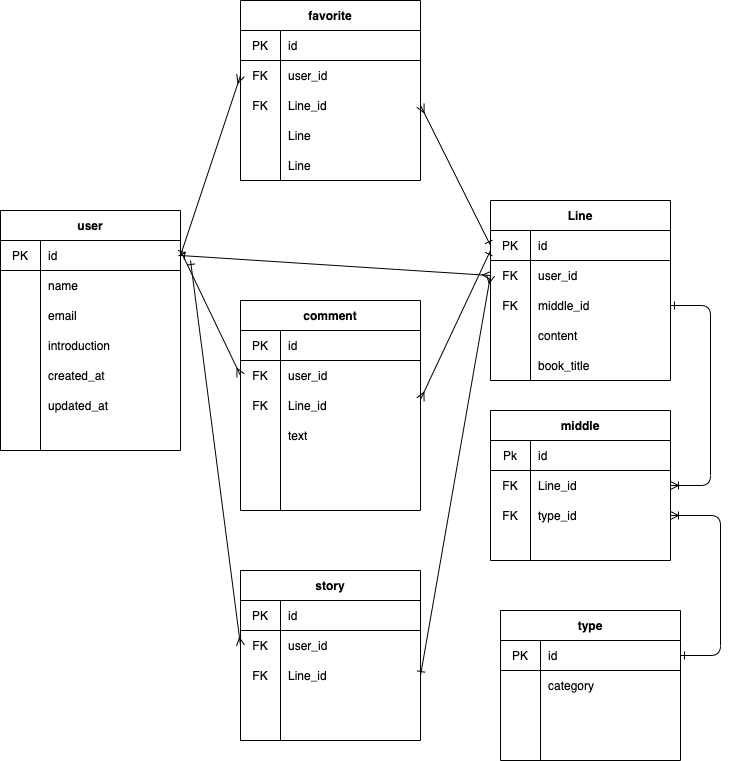
Before: app/assets/images/er.png, a diagram exported from draw.io (Kashuu-kaba/first-line). Source tidied: cells renumbered, new cells last; positions are measured from the earlier drawing's top-left corner, leaving out a move shared by most shapes.
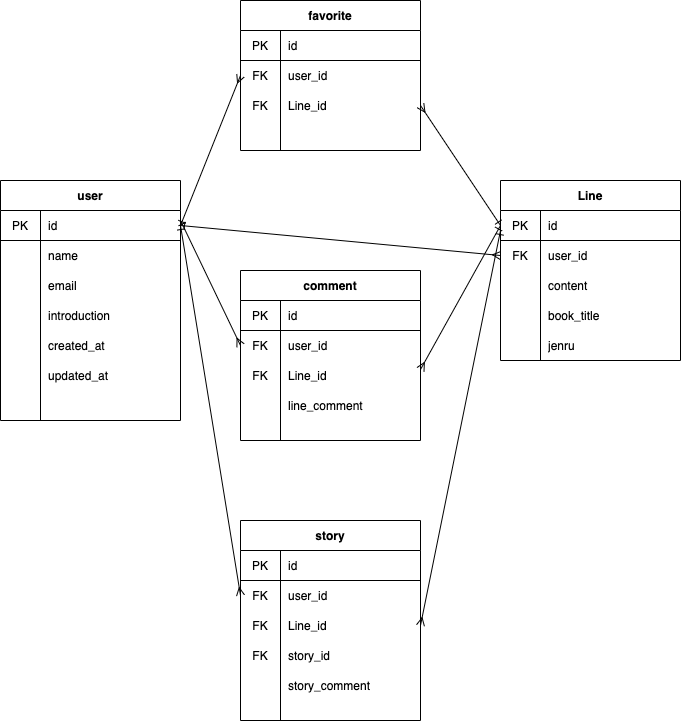
After the commit.

The edit, as a diff of the source:
```diff
@@ -66,7 +66,7 @@
       <mxGeometry x="20" y="320" width="40" height="30" as="geometry" />
     </mxCell>
     <mxCell id="23" value="Line" style="shape=table;html=1;whiteSpace=wrap;startSize=30;rowLines=0;fontStyle=1;align=center;" parent="1" vertex="1">
-      <mxGeometry x="490" y="200" width="180" height="180" as="geometry" />
+      <mxGeometry x="500" y="210" width="180" height="180" as="geometry" />
     </mxCell>
     <mxCell id="24" style="shape=partialRectangle;html=1;whiteSpace=wrap;fillColor=none;top=0;left=0;bottom=1;right=0;points=[[0,0.5],[1,0.5]];portConstraint=eastwest;" parent="23" vertex="1">
       <mxGeometry y="30" width="180" height="30" as="geometry" />
@@ -86,17 +86,8 @@
     <mxCell id="29" value="user_id" style="shape=partialRectangle;html=1;whiteSpace=wrap;fillColor=none;top=0;left=0;bottom=0;right=0;align=left;spacingLeft=6;overflow=hidden;" parent="27" vertex="1">
       <mxGeometry x="40" width="140" height="30" as="geometry" />
     </mxCell>
-    <mxCell id="30" style="shape=partialRectangle;html=1;whiteSpace=wrap;fillColor=none;top=0;left=0;bottom=0;right=0;points=[[0,0.5],[1,0.5]];portConstraint=eastwest;" parent="23" vertex="1">
-      <mxGeometry y="90" width="180" height="30" as="geometry" />
-    </mxCell>
-    <mxCell id="31" value="FK" style="shape=partialRectangle;html=1;whiteSpace=wrap;fillColor=none;top=0;left=0;bottom=0;right=0;overflow=hidden;" parent="30" vertex="1">
-      <mxGeometry width="40" height="30" as="geometry" />
-    </mxCell>
-    <mxCell id="32" value="middle_id" style="shape=partialRectangle;html=1;whiteSpace=wrap;fillColor=none;top=0;left=0;bottom=0;right=0;align=left;spacingLeft=6;overflow=hidden;" parent="30" vertex="1">
-      <mxGeometry x="40" width="140" height="30" as="geometry" />
-    </mxCell>
     <mxCell id="33" style="shape=partialRectangle;html=1;whiteSpace=wrap;fillColor=none;top=0;left=0;bottom=0;right=0;" parent="23" vertex="1">
-      <mxGeometry y="120" width="180" height="30" as="geometry" />
+      <mxGeometry y="90" width="180" height="30" as="geometry" />
     </mxCell>
     <mxCell id="34" style="shape=partialRectangle;html=1;whiteSpace=wrap;fillColor=none;top=0;left=0;bottom=0;right=0;overflow=hidden;" parent="33" vertex="1">
       <mxGeometry width="40" height="30" as="geometry" />
@@ -105,7 +96,7 @@
       <mxGeometry x="40" width="140" height="30" as="geometry" />
     </mxCell>
     <mxCell id="36" style="shape=partialRectangle;html=1;whiteSpace=wrap;fillColor=none;top=0;left=0;bottom=0;right=0;" parent="23" vertex="1">
-      <mxGeometry y="150" width="180" height="30" as="geometry" />
+      <mxGeometry y="120" width="180" height="30" as="geometry" />
     </mxCell>
     <mxCell id="37" style="shape=partialRectangle;html=1;whiteSpace=wrap;fillColor=none;top=0;left=0;bottom=0;right=0;overflow=hidden;" parent="36" vertex="1">
       <mxGeometry width="40" height="30" as="geometry" />
@@ -113,8 +104,17 @@
     <mxCell id="38" value="book_title" style="shape=partialRectangle;html=1;whiteSpace=wrap;fillColor=none;top=0;left=0;bottom=0;right=0;align=left;spacingLeft=6;overflow=hidden;" parent="36" vertex="1">
       <mxGeometry x="40" width="140" height="30" as="geometry" />
     </mxCell>
+    <mxCell id="110" style="shape=partialRectangle;html=1;whiteSpace=wrap;fillColor=none;top=0;left=0;bottom=0;right=0;" parent="23" vertex="1">
+      <mxGeometry y="150" width="180" height="30" as="geometry" />
+    </mxCell>
+    <mxCell id="111" style="shape=partialRectangle;html=1;whiteSpace=wrap;fillColor=none;top=0;left=0;bottom=0;right=0;overflow=hidden;" parent="110" vertex="1">
+      <mxGeometry width="40" height="30" as="geometry" />
+    </mxCell>
+    <mxCell id="112" value="jenru" style="shape=partialRectangle;html=1;whiteSpace=wrap;fillColor=none;top=0;left=0;bottom=0;right=0;align=left;spacingLeft=6;overflow=hidden;" parent="110" vertex="1">
+      <mxGeometry x="40" width="140" height="30" as="geometry" />
+    </mxCell>
     <mxCell id="39" value="favorite" style="shape=table;html=1;whiteSpace=wrap;startSize=30;rowLines=0;fontStyle=1;align=center;" parent="1" vertex="1">
-      <mxGeometry x="240" width="180" height="180" as="geometry" />
+      <mxGeometry x="240" y="30" width="180" height="150" as="geometry" />
     </mxCell>
     <mxCell id="40" style="shape=partialRectangle;html=1;whiteSpace=wrap;fillColor=none;top=0;left=0;bottom=1;right=0;" parent="39" vertex="1">
       <mxGeometry y="30" width="180" height="30" as="geometry" />
@@ -143,29 +143,20 @@
     <mxCell id="48" value="Line_id" style="shape=partialRectangle;html=1;whiteSpace=wrap;fillColor=none;top=0;left=0;bottom=0;right=0;align=left;spacingLeft=6;overflow=hidden;" parent="46" vertex="1">
       <mxGeometry x="40" width="140" height="30" as="geometry" />
     </mxCell>
-    <mxCell id="49" style="shape=partialRectangle;html=1;whiteSpace=wrap;fillColor=none;top=0;left=0;bottom=0;right=0;" parent="39" vertex="1">
-      <mxGeometry y="120" width="180" height="30" as="geometry" />
-    </mxCell>
-    <mxCell id="50" style="shape=partialRectangle;html=1;whiteSpace=wrap;fillColor=none;top=0;left=0;bottom=0;right=0;overflow=hidden;" parent="49" vertex="1">
-      <mxGeometry width="40" height="30" as="geometry" />
-    </mxCell>
-    <mxCell id="51" value="Line" style="shape=partialRectangle;html=1;whiteSpace=wrap;fillColor=none;top=0;left=0;bottom=0;right=0;align=left;spacingLeft=6;overflow=hidden;" parent="49" vertex="1">
-      <mxGeometry x="40" width="140" height="30" as="geometry" />
-    </mxCell>
     <mxCell id="52" style="shape=partialRectangle;html=1;whiteSpace=wrap;fillColor=none;top=0;left=0;bottom=0;right=0;" parent="39" vertex="1">
-      <mxGeometry y="150" width="180" height="30" as="geometry" />
+      <mxGeometry y="120" width="180" height="30" as="geometry" />
     </mxCell>
     <mxCell id="53" style="shape=partialRectangle;html=1;whiteSpace=wrap;fillColor=none;top=0;left=0;bottom=0;right=0;overflow=hidden;" parent="52" vertex="1">
       <mxGeometry width="40" height="30" as="geometry" />
     </mxCell>
-    <mxCell id="54" value="Line" style="shape=partialRectangle;html=1;whiteSpace=wrap;fillColor=none;top=0;left=0;bottom=0;right=0;align=left;spacingLeft=6;overflow=hidden;" parent="52" vertex="1">
+    <mxCell id="54" style="shape=partialRectangle;html=1;whiteSpace=wrap;fillColor=none;top=0;left=0;bottom=0;right=0;align=left;spacingLeft=6;overflow=hidden;" parent="52" vertex="1">
       <mxGeometry x="40" width="140" height="30" as="geometry" />
     </mxCell>
     <mxCell id="55" style="endArrow=ERone;html=1;entryX=1;entryY=0.5;entryDx=0;entryDy=0;exitX=0;exitY=0.5;exitDx=0;exitDy=0;startArrow=ERmany;startFill=0;endFill=0;" parent="1" edge="1" source="27" target="3">
       <mxGeometry relative="1" as="geometry" />
     </mxCell>
     <mxCell id="56" value="comment" style="shape=table;html=1;whiteSpace=wrap;startSize=30;rowLines=0;fontStyle=1;align=center;" parent="1" vertex="1">
-      <mxGeometry x="240" y="300" width="180" height="210" as="geometry" />
+      <mxGeometry x="240" y="300" width="180" height="170" as="geometry" />
     </mxCell>
     <mxCell id="57" style="shape=partialRectangle;html=1;whiteSpace=wrap;fillColor=none;top=0;left=0;bottom=1;right=0;" parent="56" vertex="1">
       <mxGeometry y="30" width="180" height="30" as="geometry" />
@@ -200,11 +191,11 @@
     <mxCell id="67" style="shape=partialRectangle;html=1;whiteSpace=wrap;fillColor=none;top=0;left=0;bottom=0;right=0;overflow=hidden;" parent="66" vertex="1">
       <mxGeometry width="40" height="30" as="geometry" />
     </mxCell>
-    <mxCell id="68" value="text" style="shape=partialRectangle;html=1;whiteSpace=wrap;fillColor=none;top=0;left=0;bottom=0;right=0;align=left;spacingLeft=6;overflow=hidden;" parent="66" vertex="1">
+    <mxCell id="68" value="line_comment" style="shape=partialRectangle;html=1;whiteSpace=wrap;fillColor=none;top=0;left=0;bottom=0;right=0;align=left;spacingLeft=6;overflow=hidden;" parent="66" vertex="1">
       <mxGeometry x="40" width="140" height="30" as="geometry" />
     </mxCell>
     <mxCell id="69" value="story" style="shape=table;html=1;whiteSpace=wrap;startSize=30;rowLines=0;fontStyle=1;align=center;" parent="1" vertex="1">
-      <mxGeometry x="240" y="570" width="180" height="170" as="geometry" />
+      <mxGeometry x="240" y="550" width="180" height="200" as="geometry" />
     </mxCell>
     <mxCell id="70" style="shape=partialRectangle;html=1;whiteSpace=wrap;fillColor=none;top=0;left=0;bottom=1;right=0;" parent="69" vertex="1">
       <mxGeometry y="30" width="180" height="30" as="geometry" />
@@ -236,12 +227,21 @@
     <mxCell id="79" style="shape=partialRectangle;html=1;whiteSpace=wrap;fillColor=none;top=0;left=0;bottom=0;right=0;" parent="69" vertex="1">
       <mxGeometry y="120" width="180" height="30" as="geometry" />
     </mxCell>
-    <mxCell id="80" style="shape=partialRectangle;html=1;whiteSpace=wrap;fillColor=none;top=0;left=0;bottom=0;right=0;overflow=hidden;" parent="79" vertex="1">
+    <mxCell id="80" value="FK" style="shape=partialRectangle;html=1;whiteSpace=wrap;fillColor=none;top=0;left=0;bottom=0;right=0;overflow=hidden;" parent="79" vertex="1">
       <mxGeometry width="40" height="30" as="geometry" />
     </mxCell>
-    <mxCell id="81" style="shape=partialRectangle;html=1;whiteSpace=wrap;fillColor=none;top=0;left=0;bottom=0;right=0;align=left;spacingLeft=6;overflow=hidden;" parent="79" vertex="1">
+    <mxCell id="81" value="story_id" style="shape=partialRectangle;html=1;whiteSpace=wrap;fillColor=none;top=0;left=0;bottom=0;right=0;align=left;spacingLeft=6;overflow=hidden;" parent="79" vertex="1">
       <mxGeometry x="40" width="140" height="30" as="geometry" />
     </mxCell>
+    <mxCell id="113" style="shape=partialRectangle;html=1;whiteSpace=wrap;fillColor=none;top=0;left=0;bottom=0;right=0;" parent="69" vertex="1">
+      <mxGeometry y="150" width="180" height="30" as="geometry" />
+    </mxCell>
+    <mxCell id="114" style="shape=partialRectangle;html=1;whiteSpace=wrap;fillColor=none;top=0;left=0;bottom=0;right=0;overflow=hidden;" parent="113" vertex="1">
+      <mxGeometry width="40" height="30" as="geometry" />
+    </mxCell>
+    <mxCell id="115" value="story_comment" style="shape=partialRectangle;html=1;whiteSpace=wrap;fillColor=none;top=0;left=0;bottom=0;right=0;align=left;spacingLeft=6;overflow=hidden;" parent="113" vertex="1">
+      <mxGeometry x="40" width="140" height="30" as="geometry" />
+    </mxCell>
     <mxCell id="82" style="endArrow=ERone;html=1;entryX=1;entryY=0.5;entryDx=0;entryDy=0;exitX=0;exitY=0.5;exitDx=0;exitDy=0;startArrow=ERmany;startFill=0;endFill=0;" parent="1" edge="1" source="43" target="3">
       <mxGeometry relative="1" as="geometry" />
     </mxCell>
@@ -253,94 +253,16 @@
         <mxPoint x="180" y="250" as="targetPoint" />
       </mxGeometry>
     </mxCell>
-    <mxCell id="85" style="endArrow=ERone;html=1;entryX=1;entryY=0.5;entryDx=0;entryDy=0;exitX=1;exitY=0.3;exitDx=0;exitDy=0;startArrow=ERmany;startFill=0;endFill=0;exitPerimeter=0;" parent="1" edge="1" source="63">
-      <mxGeometry relative="1" as="geometry">
-        <mxPoint x="490" y="250" as="targetPoint" />
-      </mxGeometry>
+    <mxCell id="85" style="endArrow=ERone;html=1;entryX=0;entryY=0.5;entryDx=0;entryDy=0;exitX=1;exitY=0.3;exitDx=0;exitDy=0;startArrow=ERmany;startFill=0;endFill=0;exitPerimeter=0;" parent="1" edge="1" source="63" target="24">
+      <mxGeometry relative="1" as="geometry" />
     </mxCell>
-    <mxCell id="86" style="endArrow=ERone;html=1;exitX=0;exitY=0.5;exitDx=0;exitDy=0;startArrow=ERmany;startFill=0;endFill=0;" parent="1" edge="1" source="73">
-      <mxGeometry relative="1" as="geometry">
-        <mxPoint x="190" y="260" as="targetPoint" />
-      </mxGeometry>
+    <mxCell id="86" style="endArrow=ERone;html=1;exitX=0;exitY=0.5;exitDx=0;exitDy=0;startArrow=ERmany;startFill=0;endFill=0;entryX=1;entryY=0.5;entryDx=0;entryDy=0;" parent="1" edge="1" source="73" target="3">
+      <mxGeometry relative="1" as="geometry" />
     </mxCell>
-    <mxCell id="87" style="endArrow=ERone;html=1;exitX=0;exitY=0.5;exitDx=0;exitDy=0;startArrow=ERmany;startFill=0;endFill=0;entryX=1;entryY=0.5;entryDx=0;entryDy=0;" parent="1" edge="1" source="27" target="76">
-      <mxGeometry relative="1" as="geometry" />
+    <mxCell id="87" style="endArrow=ERone;html=1;startArrow=ERmany;startFill=0;endFill=0;exitX=1;exitY=0.5;exitDx=0;exitDy=0;" parent="1" edge="1" source="76">
+      <mxGeometry relative="1" as="geometry">
+        <mxPoint x="500" y="260" as="targetPoint" />
+      </mxGeometry>
     </mxCell>
-    <mxCell id="88" value="type" style="shape=table;html=1;whiteSpace=wrap;startSize=30;rowLines=0;fontStyle=1;align=center;" parent="1" vertex="1">
-      <mxGeometry x="500" y="610" width="180" height="150" as="geometry" />
-    </mxCell>
-    <mxCell id="89" style="shape=partialRectangle;html=1;whiteSpace=wrap;fillColor=none;top=0;left=0;bottom=1;right=0;points=[[0,0.5],[1,0.5]];portConstraint=eastwest;" parent="88" vertex="1">
-      <mxGeometry y="30" width="180" height="30" as="geometry" />
-    </mxCell>
-    <mxCell id="90" value="PK" style="shape=partialRectangle;html=1;whiteSpace=wrap;fillColor=none;top=0;left=0;bottom=0;right=0;overflow=hidden;" parent="89" vertex="1">
-      <mxGeometry width="40" height="30" as="geometry" />
-    </mxCell>
-    <mxCell id="91" value="id" style="shape=partialRectangle;html=1;whiteSpace=wrap;fillColor=none;top=0;left=0;bottom=0;right=0;align=left;spacingLeft=6;overflow=hidden;" parent="89" vertex="1">
-      <mxGeometry x="40" width="140" height="30" as="geometry" />
-    </mxCell>
-    <mxCell id="92" style="shape=partialRectangle;html=1;whiteSpace=wrap;fillColor=none;top=0;left=0;bottom=0;right=0;" parent="88" vertex="1">
-      <mxGeometry y="60" width="180" height="30" as="geometry" />
-    </mxCell>
-    <mxCell id="93" style="shape=partialRectangle;html=1;whiteSpace=wrap;fillColor=none;top=0;left=0;bottom=0;right=0;overflow=hidden;" parent="92" vertex="1">
-      <mxGeometry width="40" height="30" as="geometry" />
-    </mxCell>
-    <mxCell id="94" value="category" style="shape=partialRectangle;html=1;whiteSpace=wrap;fillColor=none;top=0;left=0;bottom=0;right=0;align=left;spacingLeft=6;overflow=hidden;" parent="92" vertex="1">
-      <mxGeometry x="40" width="140" height="30" as="geometry" />
-    </mxCell>
-    <mxCell id="95" style="shape=partialRectangle;html=1;whiteSpace=wrap;fillColor=none;top=0;left=0;bottom=0;right=0;" parent="88" vertex="1">
-      <mxGeometry y="90" width="180" height="30" as="geometry" />
-    </mxCell>
-    <mxCell id="96" style="shape=partialRectangle;html=1;whiteSpace=wrap;fillColor=none;top=0;left=0;bottom=0;right=0;overflow=hidden;" parent="95" vertex="1">
-      <mxGeometry width="40" height="30" as="geometry" />
-    </mxCell>
-    <mxCell id="97" style="shape=partialRectangle;html=1;whiteSpace=wrap;fillColor=none;top=0;left=0;bottom=0;right=0;align=left;spacingLeft=6;overflow=hidden;" parent="95" vertex="1">
-      <mxGeometry x="40" width="140" height="30" as="geometry" />
-    </mxCell>
-    <mxCell id="98" style="endArrow=ERone;html=1;verticalAlign=middle;align=center;entryX=1;entryY=0.5;entryDx=0;entryDy=0;exitX=1;exitY=0.5;exitDx=0;exitDy=0;startArrow=ERoneToMany;startFill=0;endFill=0;" parent="1" edge="1" source="103" target="30">
-      <mxGeometry relative="1" as="geometry">
-        <Array as="points">
-          <mxPoint x="710" y="485" />
-          <mxPoint x="710" y="305" />
-        </Array>
-      </mxGeometry>
-    </mxCell>
-    <mxCell id="99" value="middle" style="shape=table;html=1;whiteSpace=wrap;startSize=30;rowLines=0;fontStyle=1;align=center;" parent="1" vertex="1">
-      <mxGeometry x="490" y="410" width="180" height="150" as="geometry" />
-    </mxCell>
-    <mxCell id="100" style="shape=partialRectangle;html=1;whiteSpace=wrap;fillColor=none;top=0;left=0;bottom=1;right=0;" parent="99" vertex="1">
-      <mxGeometry y="30" width="180" height="30" as="geometry" />
-    </mxCell>
-    <mxCell id="101" value="Pk" style="shape=partialRectangle;html=1;whiteSpace=wrap;fillColor=none;top=0;left=0;bottom=0;right=0;overflow=hidden;" parent="100" vertex="1">
-      <mxGeometry width="40" height="30" as="geometry" />
-    </mxCell>
-    <mxCell id="102" value="id" style="shape=partialRectangle;html=1;whiteSpace=wrap;fillColor=none;top=0;left=0;bottom=0;right=0;align=left;spacingLeft=6;overflow=hidden;" parent="100" vertex="1">
-      <mxGeometry x="40" width="140" height="30" as="geometry" />
-    </mxCell>
-    <mxCell id="103" style="shape=partialRectangle;html=1;whiteSpace=wrap;fillColor=none;top=0;left=0;bottom=0;right=0;points=[[0,0.5],[1,0.5]];portConstraint=eastwest;" parent="99" vertex="1">
-      <mxGeometry y="60" width="180" height="30" as="geometry" />
-    </mxCell>
-    <mxCell id="104" value="FK" style="shape=partialRectangle;html=1;whiteSpace=wrap;fillColor=none;top=0;left=0;bottom=0;right=0;overflow=hidden;" parent="103" vertex="1">
-      <mxGeometry width="40" height="30" as="geometry" />
-    </mxCell>
-    <mxCell id="105" value="Line_id" style="shape=partialRectangle;html=1;whiteSpace=wrap;fillColor=none;top=0;left=0;bottom=0;right=0;align=left;spacingLeft=6;overflow=hidden;" parent="103" vertex="1">
-      <mxGeometry x="40" width="140" height="30" as="geometry" />
-    </mxCell>
-    <mxCell id="106" style="shape=partialRectangle;html=1;whiteSpace=wrap;fillColor=none;top=0;left=0;bottom=0;right=0;points=[[0,0.5],[1,0.5]];portConstraint=eastwest;" parent="99" vertex="1">
-      <mxGeometry y="90" width="180" height="30" as="geometry" />
-    </mxCell>
-    <mxCell id="107" value="FK" style="shape=partialRectangle;html=1;whiteSpace=wrap;fillColor=none;top=0;left=0;bottom=0;right=0;overflow=hidden;" parent="106" vertex="1">
-      <mxGeometry width="40" height="30" as="geometry" />
-    </mxCell>
-    <mxCell id="108" value="type_id" style="shape=partialRectangle;html=1;whiteSpace=wrap;fillColor=none;top=0;left=0;bottom=0;right=0;align=left;spacingLeft=6;overflow=hidden;" parent="106" vertex="1">
-      <mxGeometry x="40" width="140" height="30" as="geometry" />
-    </mxCell>
-    <mxCell id="109" style="endArrow=ERone;html=1;verticalAlign=middle;align=center;exitX=1;exitY=0.5;exitDx=0;exitDy=0;startArrow=ERoneToMany;startFill=0;endFill=0;entryX=1;entryY=0.5;entryDx=0;entryDy=0;" parent="1" edge="1" source="106" target="89">
-      <mxGeometry relative="1" as="geometry">
-        <Array as="points">
-          <mxPoint x="720" y="515" />
-          <mxPoint x="720" y="655" />
-        </Array>
-      </mxGeometry>
-    </mxCell>
   </root>
 </mxGraphModel>
```
